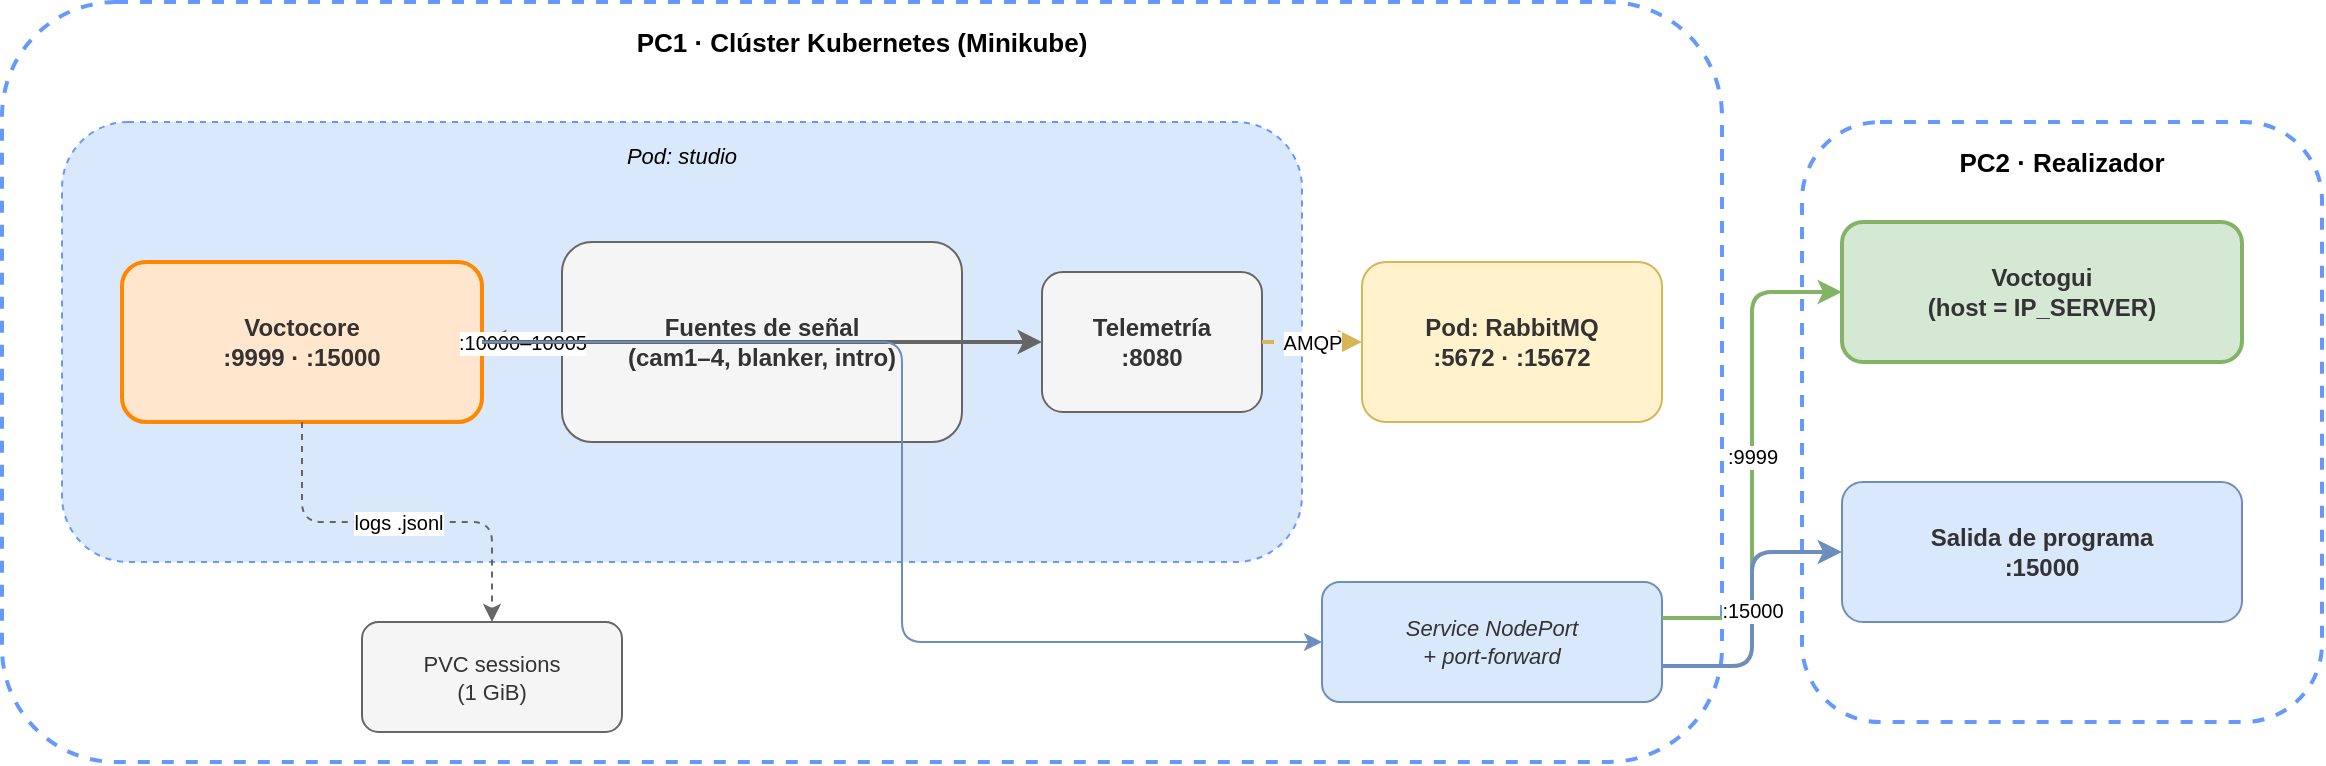
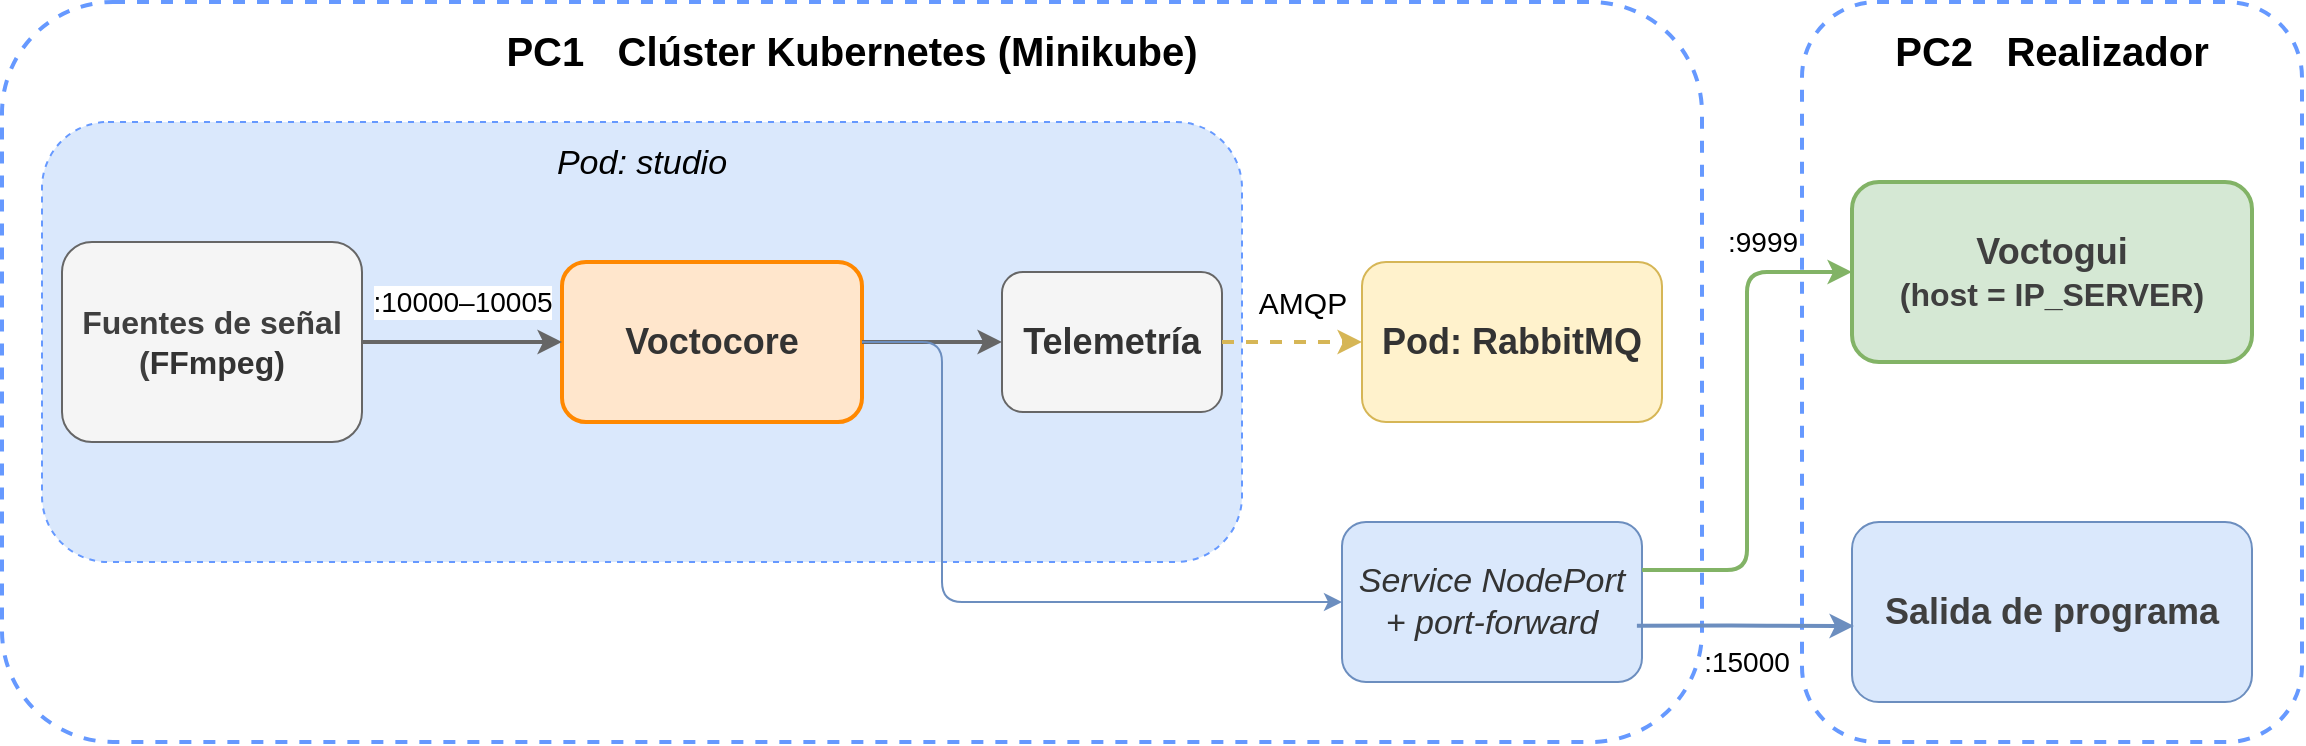
- <mxfile host="app.diagrams.net">
-   <diagram id="escenario_kubernetes" name="Escenario Kubernetes">
-     <mxGraphModel dx="1200" dy="420" grid="1" gridSize="10" guides="1" tooltips="1" connect="1" arrows="1" fold="1" page="1" pageScale="1" pageWidth="1200" pageHeight="420" math="0" shadow="0">
-       <root>
-         <mxCell id="0"/>
-         <mxCell id="1" parent="0"/>
- 
-         <!-- Cluster box (PC1) -->
-         <mxCell id="cluster" value="PC1 · Clúster Kubernetes (Minikube)" style="rounded=1;whiteSpace=wrap;html=1;fillColor=none;strokeColor=#6699FF;strokeWidth=2;dashed=1;fontSize=13;fontStyle=1;verticalAlign=top;spacingTop=6;align=center;" vertex="1" parent="1">
-           <mxGeometry x="20" y="20" width="860" height="380" as="geometry"/>
-         </mxCell>
- 
-         <!-- Pod studio box -->
-         <mxCell id="pod_studio" value="Pod: studio" style="rounded=1;whiteSpace=wrap;html=1;fillColor=#dae8fc;strokeColor=#6699FF;strokeWidth=1;dashed=1;fontSize=11;fontStyle=2;verticalAlign=top;spacingTop=4;align=center;" vertex="1" parent="1">
-           <mxGeometry x="50" y="80" width="620" height="220" as="geometry"/>
-         </mxCell>
- 
-         <!-- voctocore -->
-         <mxCell id="voctocore" value="Voctocore&#xa;:9999 · :15000" style="rounded=1;whiteSpace=wrap;html=1;fillColor=#FFE6CC;strokeColor=#FF8800;fontColor=#333333;fontSize=12;fontStyle=1;strokeWidth=2;" vertex="1" parent="1">
-           <mxGeometry x="80" y="150" width="180" height="80" as="geometry"/>
-         </mxCell>
- 
-         <!-- Fuentes (cameras + blanker + intro) -->
-         <mxCell id="sources" value="Fuentes de señal&#xa;(cam1–4, blanker, intro)" style="rounded=1;whiteSpace=wrap;html=1;fillColor=#f5f5f5;strokeColor=#666666;fontColor=#333333;fontSize=12;fontStyle=1;" vertex="1" parent="1">
-           <mxGeometry x="300" y="140" width="200" height="100" as="geometry"/>
-         </mxCell>
- 
-         <!-- Telemetria -->
-         <mxCell id="telemetry" value="Telemetría&#xa;:8080" style="rounded=1;whiteSpace=wrap;html=1;fillColor=#f5f5f5;strokeColor=#666666;fontColor=#333333;fontSize=12;fontStyle=1;" vertex="1" parent="1">
-           <mxGeometry x="540" y="155" width="110" height="70" as="geometry"/>
-         </mxCell>
- 
-         <!-- RabbitMQ pod -->
-         <mxCell id="rabbitmq" value="Pod: RabbitMQ&#xa;:5672 · :15672" style="rounded=1;whiteSpace=wrap;html=1;fillColor=#fff2cc;strokeColor=#d6b656;fontColor=#333333;fontSize=12;fontStyle=1;" vertex="1" parent="1">
-           <mxGeometry x="700" y="150" width="150" height="80" as="geometry"/>
-         </mxCell>
- 
-         <!-- PVC -->
-         <mxCell id="pvc" value="PVC sessions&#xa;(1 GiB)" style="rounded=1;whiteSpace=wrap;html=1;fillColor=#f5f5f5;strokeColor=#666666;fontColor=#333333;fontSize=11;" vertex="1" parent="1">
-           <mxGeometry x="200" y="330" width="130" height="55" as="geometry"/>
-         </mxCell>
- 
-         <!-- Service / port-forward label -->
-         <mxCell id="svc" value="Service NodePort&#xa;+ port-forward" style="rounded=1;whiteSpace=wrap;html=1;fillColor=#dae8fc;strokeColor=#6c8ebf;fontColor=#333333;fontSize=11;fontStyle=2;" vertex="1" parent="1">
-           <mxGeometry x="680" y="310" width="170" height="60" as="geometry"/>
-         </mxCell>
- 
-         <!-- PC2 box -->
-         <mxCell id="pc2" value="PC2 · Realizador" style="rounded=1;whiteSpace=wrap;html=1;fillColor=none;strokeColor=#6699FF;strokeWidth=2;dashed=1;fontSize=13;fontStyle=1;verticalAlign=top;spacingTop=6;align=center;" vertex="1" parent="1">
-           <mxGeometry x="920" y="80" width="260" height="300" as="geometry"/>
-         </mxCell>
- 
-         <!-- voctogui -->
-         <mxCell id="voctogui" value="Voctogui&#xa;(host = IP_SERVER)" style="rounded=1;whiteSpace=wrap;html=1;fillColor=#d5e8d4;strokeColor=#82b366;fontColor=#333333;fontSize=12;fontStyle=1;strokeWidth=2;" vertex="1" parent="1">
-           <mxGeometry x="940" y="130" width="200" height="70" as="geometry"/>
-         </mxCell>
- 
-         <!-- Salida de programa -->
-         <mxCell id="output" value="Salida de programa&#xa;:15000" style="rounded=1;whiteSpace=wrap;html=1;fillColor=#dae8fc;strokeColor=#6c8ebf;fontColor=#333333;fontSize=12;fontStyle=1;" vertex="1" parent="1">
-           <mxGeometry x="940" y="260" width="200" height="70" as="geometry"/>
-         </mxCell>
- 
-         <!-- Arrow: sources → voctocore -->
-         <mxCell id="a1" value=":10000–10005" style="edgeStyle=orthogonalEdgeStyle;html=1;fontSize=10;strokeWidth=2;strokeColor=#666666;exitX=0;exitY=0.5;exitDx=0;exitDy=0;entryX=1;entryY=0.5;entryDx=0;entryDy=0;" edge="1" source="sources" target="voctocore" parent="1">
-           <mxGeometry relative="1" as="geometry"/>
-         </mxCell>
- 
-         <!-- Arrow: voctocore → telemetry -->
-         <mxCell id="a2" value="" style="edgeStyle=orthogonalEdgeStyle;html=1;fontSize=10;strokeWidth=2;strokeColor=#666666;exitX=1;exitY=0.5;exitDx=0;exitDy=0;entryX=0;entryY=0.5;entryDx=0;entryDy=0;" edge="1" source="voctocore" target="telemetry" parent="1">
-           <mxGeometry relative="1" as="geometry"/>
-         </mxCell>
- 
-         <!-- Arrow: telemetry → rabbitmq (AMQP) -->
-         <mxCell id="a3" value="AMQP" style="edgeStyle=orthogonalEdgeStyle;html=1;fontSize=10;strokeWidth=2;strokeColor=#d6b656;dashed=1;exitX=1;exitY=0.5;exitDx=0;exitDy=0;entryX=0;entryY=0.5;entryDx=0;entryDy=0;" edge="1" source="telemetry" target="rabbitmq" parent="1">
-           <mxGeometry relative="1" as="geometry"/>
-         </mxCell>
- 
-         <!-- Arrow: voctocore → PVC -->
-         <mxCell id="a4" value="logs .jsonl" style="edgeStyle=orthogonalEdgeStyle;html=1;fontSize=10;strokeWidth=1;strokeColor=#666666;dashed=1;exitX=0.5;exitY=1;exitDx=0;exitDy=0;entryX=0.5;entryY=0;entryDx=0;entryDy=0;" edge="1" source="voctocore" target="pvc" parent="1">
-           <mxGeometry relative="1" as="geometry"/>
-         </mxCell>
- 
-         <!-- Arrow: cluster → service (port-forward) -->
-         <mxCell id="a5" value="" style="edgeStyle=orthogonalEdgeStyle;html=1;fontSize=10;strokeWidth=1;strokeColor=#6c8ebf;exitX=1;exitY=0.5;exitDx=0;exitDy=0;entryX=0;entryY=0.5;entryDx=0;entryDy=0;" edge="1" source="voctocore" target="svc" parent="1">
-           <mxGeometry relative="1" as="geometry"/>
-         </mxCell>
- 
-         <!-- Arrow: svc → voctogui -->
-         <mxCell id="a6" value=":9999" style="edgeStyle=orthogonalEdgeStyle;html=1;fontSize=10;strokeWidth=2;strokeColor=#82b366;exitX=1;exitY=0.3;exitDx=0;exitDy=0;entryX=0;entryY=0.5;entryDx=0;entryDy=0;" edge="1" source="svc" target="voctogui" parent="1">
-           <mxGeometry relative="1" as="geometry"/>
-         </mxCell>
- 
-         <!-- Arrow: svc → output -->
-         <mxCell id="a7" value=":15000" style="edgeStyle=orthogonalEdgeStyle;html=1;fontSize=10;strokeWidth=2;strokeColor=#6c8ebf;exitX=1;exitY=0.7;exitDx=0;exitDy=0;entryX=0;entryY=0.5;entryDx=0;entryDy=0;" edge="1" source="svc" target="output" parent="1">
-           <mxGeometry relative="1" as="geometry"/>
-         </mxCell>
- 
-       </root>
-     </mxGraphModel>
-   </diagram>
- </mxfile>
+ <mxfile host="65bd71144e">
+     <diagram id="escenario_kubernetes" name="Escenario Kubernetes">
+         <mxGraphModel dx="473" dy="273" grid="1" gridSize="10" guides="1" tooltips="1" connect="1" arrows="1" fold="1" page="1" pageScale="1" pageWidth="1200" pageHeight="420" math="0" shadow="0">
+             <root>
+                 <mxCell id="0"/>
+                 <mxCell id="1" parent="0"/>
+                 <mxCell id="cluster" value="&lt;font style=&quot;font-size: 20px;&quot;&gt;PC1&amp;nbsp; &amp;nbsp;Clúster Kubernetes (Minikube)&lt;/font&gt;" style="rounded=1;whiteSpace=wrap;html=1;fillColor=none;strokeColor=#6699FF;strokeWidth=2;dashed=1;fontSize=13;fontStyle=1;verticalAlign=top;spacingTop=6;align=center;" parent="1" vertex="1">
+                     <mxGeometry x="30" y="20" width="850" height="370" as="geometry"/>
+                 </mxCell>
+                 <mxCell id="pod_studio" value="&lt;font style=&quot;font-size: 17px;&quot;&gt;Pod: studio&lt;/font&gt;" style="rounded=1;whiteSpace=wrap;html=1;fillColor=#dae8fc;strokeColor=#6699FF;strokeWidth=1;dashed=1;fontSize=11;fontStyle=2;verticalAlign=top;spacingTop=4;align=center;" parent="1" vertex="1">
+                     <mxGeometry x="50" y="80" width="600" height="220" as="geometry"/>
+                 </mxCell>
+                 <mxCell id="voctocore" value="&lt;font style=&quot;font-size: 18px;&quot;&gt;Voctocore&lt;/font&gt;" style="rounded=1;whiteSpace=wrap;html=1;fillColor=#FFE6CC;strokeColor=#FF8800;fontColor=#333333;fontSize=12;fontStyle=1;strokeWidth=2;" parent="1" vertex="1">
+                     <mxGeometry x="310" y="150" width="150" height="80" as="geometry"/>
+                 </mxCell>
+                 <mxCell id="sources" value="&lt;font style=&quot;scrollbar-color: rgb(226, 226, 226) rgb(251, 251, 251); font-size: 16px; color: rgb(63, 63, 63);&quot;&gt;Fuentes de señal&lt;/font&gt;&lt;div style=&quot;scrollbar-color: rgb(226, 226, 226) rgb(251, 251, 251); color: rgb(63, 63, 63);&quot;&gt;&lt;font style=&quot;scrollbar-color: rgb(226, 226, 226) rgb(251, 251, 251); font-size: 16px; color: rgb(63, 63, 63);&quot;&gt;(&lt;span style=&quot;scrollbar-color: rgb(226, 226, 226) rgb(251, 251, 251); background-color: transparent; color: rgb(51, 51, 51);&quot;&gt;FFmpeg)&lt;/span&gt;&lt;/font&gt;&lt;/div&gt;" style="rounded=1;whiteSpace=wrap;html=1;fillColor=#f5f5f5;strokeColor=#666666;fontColor=#333333;fontSize=12;fontStyle=1;" parent="1" vertex="1">
+                     <mxGeometry x="60" y="140" width="150" height="100" as="geometry"/>
+                 </mxCell>
+                 <mxCell id="telemetry" value="&lt;font style=&quot;font-size: 18px;&quot;&gt;Telemetría&lt;/font&gt;" style="rounded=1;whiteSpace=wrap;html=1;fillColor=#f5f5f5;strokeColor=#666666;fontColor=#333333;fontSize=12;fontStyle=1;" parent="1" vertex="1">
+                     <mxGeometry x="530" y="155" width="110" height="70" as="geometry"/>
+                 </mxCell>
+                 <mxCell id="rabbitmq" value="&lt;font style=&quot;font-size: 18px;&quot;&gt;Pod: RabbitMQ&lt;/font&gt;" style="rounded=1;whiteSpace=wrap;html=1;fillColor=#fff2cc;strokeColor=#d6b656;fontColor=#333333;fontSize=12;fontStyle=1;" parent="1" vertex="1">
+                     <mxGeometry x="710" y="150" width="150" height="80" as="geometry"/>
+                 </mxCell>
+                 <mxCell id="svc" value="&lt;font style=&quot;font-size: 17px;&quot;&gt;Service NodePort&lt;br&gt;+ port-forward&lt;/font&gt;" style="rounded=1;whiteSpace=wrap;html=1;fillColor=#dae8fc;strokeColor=#6c8ebf;fontColor=#333333;fontSize=11;fontStyle=2;" parent="1" vertex="1">
+                     <mxGeometry x="700" y="280" width="150" height="80" as="geometry"/>
+                 </mxCell>
+                 <mxCell id="pc2" value="&lt;font style=&quot;font-size: 20px;&quot;&gt;PC2&amp;nbsp; &amp;nbsp;Realizador&lt;/font&gt;" style="rounded=1;whiteSpace=wrap;html=1;fillColor=none;strokeColor=#6699FF;strokeWidth=2;dashed=1;fontSize=13;fontStyle=1;verticalAlign=top;spacingTop=6;align=center;" parent="1" vertex="1">
+                     <mxGeometry x="930" y="20" width="250" height="370" as="geometry"/>
+                 </mxCell>
+                 <mxCell id="voctogui" value="&lt;div style=&quot;scrollbar-color: rgb(226, 226, 226) rgb(251, 251, 251); color: rgb(63, 63, 63);&quot;&gt;&lt;font style=&quot;scrollbar-color: rgb(226, 226, 226) rgb(251, 251, 251); font-size: 18px; color: rgb(63, 63, 63);&quot;&gt;Voctogui&lt;/font&gt;&lt;/div&gt;&lt;font style=&quot;scrollbar-color: rgb(226, 226, 226) rgb(251, 251, 251); color: rgb(63, 63, 63);&quot;&gt;&lt;font style=&quot;scrollbar-color: rgb(226, 226, 226) rgb(251, 251, 251); font-size: 16px; color: rgb(63, 63, 63);&quot;&gt;(host = IP_SERVER)&lt;/font&gt;&lt;/font&gt;" style="rounded=1;whiteSpace=wrap;html=1;fillColor=#d5e8d4;strokeColor=#82b366;fontColor=#333333;fontSize=12;fontStyle=1;strokeWidth=2;" parent="1" vertex="1">
+                     <mxGeometry x="955" y="110" width="200" height="90" as="geometry"/>
+                 </mxCell>
+                 <mxCell id="output" value="&lt;span style=&quot;color: rgb(63, 63, 63); font-size: 18px;&quot;&gt;Salida de programa&lt;/span&gt;" style="rounded=1;whiteSpace=wrap;html=1;fillColor=#dae8fc;strokeColor=#6c8ebf;fontColor=#333333;fontSize=12;fontStyle=1;" parent="1" vertex="1">
+                     <mxGeometry x="955" y="280" width="200" height="90" as="geometry"/>
+                 </mxCell>
+                 <mxCell id="a1" value="&lt;font style=&quot;font-size: 14px;&quot;&gt;:10000–10005&lt;/font&gt;" style="edgeStyle=orthogonalEdgeStyle;html=1;fontSize=10;strokeWidth=2;strokeColor=#666666;exitX=1;exitY=0.5;exitDx=0;exitDy=0;entryX=0;entryY=0.5;entryDx=0;entryDy=0;" parent="1" source="sources" target="voctocore" edge="1">
+                     <mxGeometry y="20" relative="1" as="geometry">
+                         <Array as="points">
+                             <mxPoint x="270" y="190"/>
+                             <mxPoint x="270" y="190"/>
+                         </Array>
+                         <mxPoint as="offset"/>
+                     </mxGeometry>
+                 </mxCell>
+                 <mxCell id="a2" value="" style="edgeStyle=orthogonalEdgeStyle;html=1;fontSize=10;strokeWidth=2;strokeColor=#666666;exitX=1;exitY=0.5;exitDx=0;exitDy=0;entryX=0;entryY=0.5;entryDx=0;entryDy=0;" parent="1" source="voctocore" target="telemetry" edge="1">
+                     <mxGeometry relative="1" as="geometry"/>
+                 </mxCell>
+                 <mxCell id="a3" value="&lt;font style=&quot;font-size: 15px;&quot;&gt;AMQP&lt;/font&gt;" style="edgeStyle=orthogonalEdgeStyle;html=1;fontSize=10;strokeWidth=2;strokeColor=#d6b656;dashed=1;exitX=1;exitY=0.5;exitDx=0;exitDy=0;entryX=0;entryY=0.5;entryDx=0;entryDy=0;" parent="1" source="telemetry" target="rabbitmq" edge="1">
+                     <mxGeometry x="0.1429" y="20" relative="1" as="geometry">
+                         <mxPoint as="offset"/>
+                     </mxGeometry>
+                 </mxCell>
+                 <mxCell id="a5" value="" style="edgeStyle=orthogonalEdgeStyle;html=1;fontSize=10;strokeWidth=1;strokeColor=#6c8ebf;exitX=1;exitY=0.5;exitDx=0;exitDy=0;" parent="1" source="voctocore" edge="1">
+                     <mxGeometry relative="1" as="geometry">
+                         <mxPoint x="700" y="320" as="targetPoint"/>
+                         <Array as="points">
+                             <mxPoint x="500" y="190"/>
+                             <mxPoint x="500" y="320"/>
+                         </Array>
+                     </mxGeometry>
+                 </mxCell>
+                 <mxCell id="a6" value="&lt;font style=&quot;font-size: 14px;&quot;&gt;:9999&lt;/font&gt;" style="edgeStyle=orthogonalEdgeStyle;html=1;fontSize=10;strokeWidth=2;strokeColor=#82b366;exitX=1;exitY=0.3;exitDx=0;exitDy=0;entryX=0;entryY=0.5;entryDx=0;entryDy=0;" parent="1" source="svc" target="voctogui" edge="1">
+                     <mxGeometry x="0.6416" y="15" relative="1" as="geometry">
+                         <mxPoint as="offset"/>
+                     </mxGeometry>
+                 </mxCell>
+                 <mxCell id="a7" value="&lt;font style=&quot;font-size: 14px;&quot;&gt;:15000&lt;/font&gt;" style="edgeStyle=orthogonalEdgeStyle;html=1;fontSize=10;strokeWidth=2;strokeColor=#6c8ebf;exitX=0.983;exitY=0.648;exitDx=0;exitDy=0;exitPerimeter=0;entryX=0.005;entryY=0.578;entryDx=0;entryDy=0;entryPerimeter=0;" parent="1" source="svc" target="output" edge="1">
+                     <mxGeometry x="0.0485" y="-18" relative="1" as="geometry">
+                         <mxPoint x="920" y="326" as="targetPoint"/>
+                         <Array as="points"/>
+                         <mxPoint x="-2" as="offset"/>
+                     </mxGeometry>
+                 </mxCell>
+             </root>
+         </mxGraphModel>
+     </diagram>
+ </mxfile>